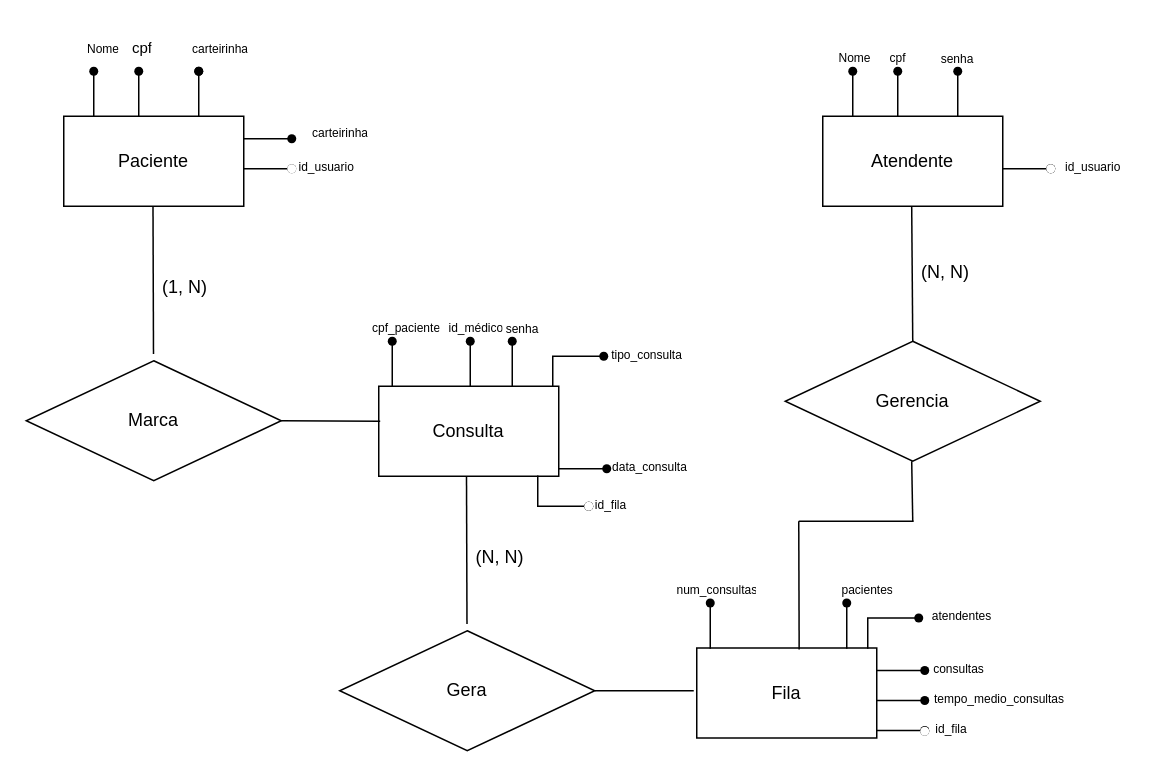
Before: DER.drawio in Scoorpioon/FastHealth, a draw.io diagram. Source tidied: cells renumbered, new cells numbered last; positions are measured from the earlier drawing's top-left corner, leaving out a move shared by most shapes. Both pictures are drawn from the tidied source at 150%, with x=0, y=0 at pixel (26, 26).
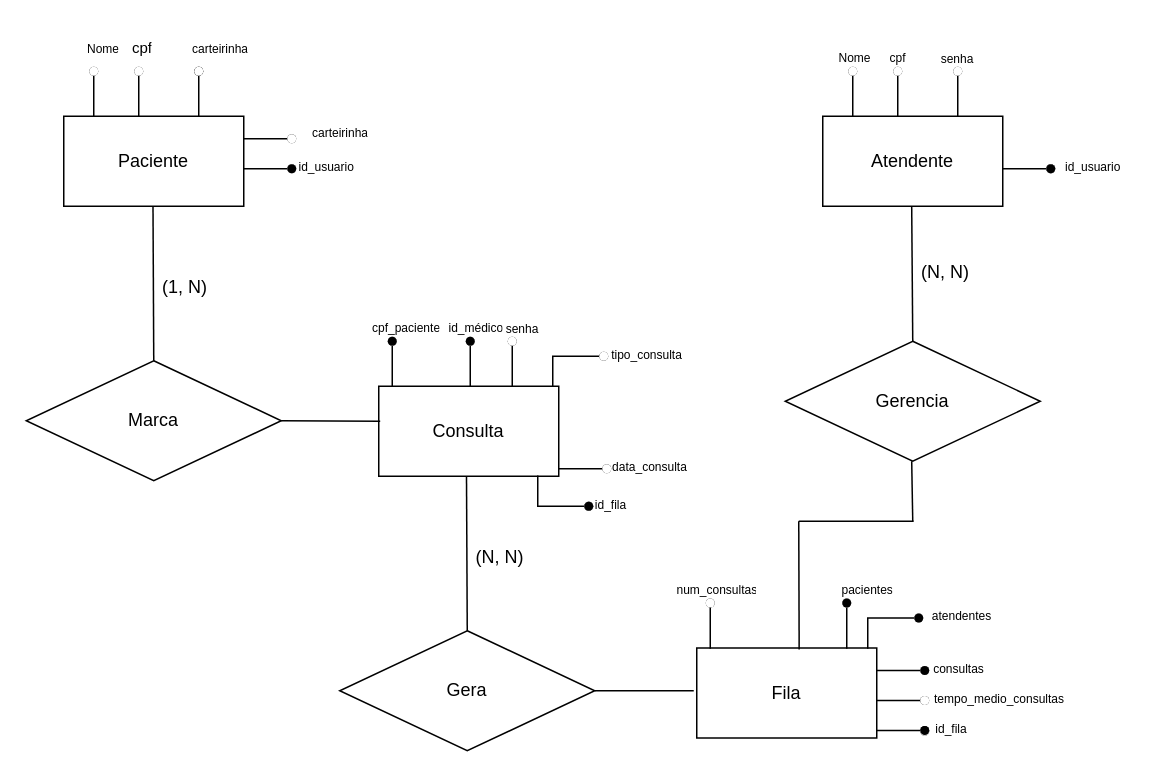
After the change.

Commit message:
Correção das bolinhas

Unchanged cells that the change refers to:
```xml
<mxCell id="6" style="group;" parent="4" vertex="1">
  <mxGeometry y="20" width="20" height="20" as="geometry" />
</mxCell>
<mxCell id="12" style="group;" parent="10" vertex="1">
  <mxGeometry y="20" width="20" height="20" as="geometry" />
</mxCell>
<mxCell id="21" style="group;" parent="19" vertex="1">
  <mxGeometry y="20" width="25" height="20" as="geometry" />
</mxCell>
<mxCell id="29" style="group;" parent="1" vertex="1">
  <mxGeometry x="167" y="65" width="20" height="20" as="geometry" />
</mxCell>
<mxCell id="33" style="group;fillColor=none;fontColor=#FFFFFF;" parent="1" vertex="1">
  <mxGeometry x="167" y="85" width="20" height="20" as="geometry" />
</mxCell>
<mxCell id="38" style="shape=partialRectangle;whiteSpace=wrap;html=1;right=0;top=0;bottom=0;fillColor=none;routingCenterX=-0.5;" parent="1" vertex="1">
  <mxGeometry x="551" y="30" width="10" height="30" as="geometry" />
</mxCell>
<mxCell id="41" style="group;" parent="39" vertex="1">
  <mxGeometry x="122" y="20" width="20" height="20" as="geometry" />
</mxCell>
<mxCell id="46" style="group;" parent="45" vertex="1">
  <mxGeometry x="122" y="20" width="20" height="20" as="geometry" />
</mxCell>
<mxCell id="49" style="group;" parent="1" vertex="1">
  <mxGeometry x="611" y="20" width="20" height="40" as="geometry" />
</mxCell>
<mxCell id="65" style="group;" parent="64" vertex="1">
  <mxGeometry y="20" width="20" height="20" as="geometry" />
</mxCell>
<mxCell id="75" style="group;" parent="1" vertex="1">
  <mxGeometry x="234" y="200" width="20" height="20" as="geometry" />
</mxCell>
<mxCell id="80" value="Marca" style="rhombus;whiteSpace=wrap;html=1;" parent="1" vertex="1">
  <mxGeometry y="223" width="170" height="80" as="geometry" />
</mxCell>
<mxCell id="94" style="group;fillColor=none;" parent="1" vertex="1">
  <mxGeometry x="589" y="439.5" width="20" height="20" as="geometry" />
</mxCell>
<mxCell id="99" style="group;" parent="1" vertex="1">
  <mxGeometry x="446" y="374.5" width="20" height="20" as="geometry" />
</mxCell>
<mxCell id="112" value="Gera" style="rhombus;whiteSpace=wrap;html=1;" parent="1" vertex="1">
  <mxGeometry x="209" y="403" width="170" height="80" as="geometry" />
</mxCell>
<mxCell id="119" style="group;fillColor=none;" parent="1" vertex="1">
  <mxGeometry x="375" y="210" width="20" height="20" as="geometry" />
</mxCell>
<mxCell id="126" style="group;fillColor=none;fontColor=#FFFFFF;" parent="123" vertex="1">
  <mxGeometry width="20" height="20" as="geometry" />
</mxCell>
<mxCell id="134" style="group;fillColor=none;" parent="1" vertex="1">
  <mxGeometry x="585" y="384.5" width="20" height="20" as="geometry" />
</mxCell>
<mxCell id="140" style="group;fillColor=none;fontColor=#FFFFFF;" parent="1" vertex="1">
  <mxGeometry x="673" y="85" width="20" height="20" as="geometry" />
</mxCell>
<mxCell id="144" style="group;fillColor=none;fontColor=#FFFFFF;" parent="1" vertex="1">
  <mxGeometry x="589" y="460" width="20" height="20" as="geometry" />
</mxCell>
```

Change to the diagram source:
```diff
@@
+    <mxCell id="149" style="shape=waypoint;sketch=0;fillStyle=solid;size=6;fillColor=none;perimeter=centerPerimeter;strokeColor=#FFFFFF;strokeWidth=1;" parent="6" vertex="1">
+      <mxGeometry width="20" height="20" as="geometry" />
+    </mxCell>
@@
+    <mxCell id="150" style="shape=waypoint;sketch=0;fillStyle=solid;size=6;fillColor=none;perimeter=centerPerimeter;strokeColor=#FFFFFF;strokeWidth=1;" parent="12" vertex="1">
+      <mxGeometry width="20" height="20" as="geometry" />
+    </mxCell>
@@
+    <mxCell id="151" style="shape=waypoint;sketch=0;fillStyle=solid;size=6;fillColor=none;perimeter=centerPerimeter;strokeColor=#FFFFFF;strokeWidth=1;" parent="21" vertex="1">
+      <mxGeometry width="20" height="20" as="geometry" />
+    </mxCell>
@@
+    <mxCell id="152" style="shape=waypoint;sketch=0;fillStyle=solid;size=6;fillColor=none;perimeter=centerPerimeter;strokeColor=#FFFFFF;strokeWidth=1;" parent="29" vertex="1">
+      <mxGeometry width="20" height="20" as="geometry" />
+    </mxCell>
@@
+    <mxCell id="153" style="group;" parent="33" vertex="1">
+      <mxGeometry width="20" height="20" as="geometry" />
+    </mxCell>
+    <mxCell id="154" style="shape=waypoint;sketch=0;fillStyle=solid;size=6;fillColor=none;perimeter=centerPerimeter;" parent="153" vertex="1">
+      <mxGeometry width="20" height="20" as="geometry" />
+    </mxCell>
@@
     <mxCell id="39" style="group;fontSize=8;" parent="1" vertex="1">
-      <mxGeometry x="419" width="40" height="40" as="geometry" />
+      <mxGeometry x="419" width="142" height="40" as="geometry" />
     </mxCell>
@@
-    <mxCell id="42" style="shape=waypoint;sketch=0;fillStyle=solid;size=6;points=[];fillColor=none;perimeter=centerPerimeter;snapToPoint=1;" parent="41" vertex="1">
-      <mxGeometry width="20" height="20" as="geometry" />
-    </mxCell>
+    <mxCell id="155" style="edgeStyle=orthogonalEdgeStyle;rounded=0;jettySize=auto;html=1;exitX=0;exitY=0;exitDx=0;exitDy=0;" parent="41" edge="1" target="156">
+      <mxGeometry relative="1" as="geometry" />
+    </mxCell>
+    <mxCell id="156" style="shape=waypoint;sketch=0;fillStyle=solid;size=6;points=[];fillColor=none;perimeter=centerPerimeter;snapToPoint=1;" parent="41" vertex="1">
+      <mxGeometry width="20" height="20" as="geometry" />
+    </mxCell>
+    <mxCell id="157" style="shape=waypoint;sketch=0;fillStyle=solid;size=6;fillColor=none;perimeter=centerPerimeter;strokeColor=#FFFFFF;strokeWidth=1;" parent="41" vertex="1">
+      <mxGeometry width="20" height="20" as="geometry" />
+    </mxCell>
-    <mxCell id="43" style="edgeStyle=orthogonalEdgeStyle;rounded=0;jettySize=auto;html=1;exitX=0;exitY=0;exitDx=0;exitDy=0;" parent="1" edge="1" source="38" target="42">
-      <mxGeometry relative="1" as="geometry" />
+    <mxCell id="43" style="edgeStyle=orthogonalEdgeStyle;rounded=0;jettySize=auto;html=1;exitX=0;exitY=0;exitDx=0;exitDy=0;" parent="1" edge="1" source="38">
+      <mxGeometry relative="1" as="geometry">
+        <mxPoint x="551" y="30" as="targetPoint" />
+      </mxGeometry>
     </mxCell>
@@
+    <mxCell id="158" style="shape=waypoint;sketch=0;fillStyle=solid;size=6;fillColor=none;perimeter=centerPerimeter;strokeColor=#FFFFFF;strokeWidth=1;" parent="46" vertex="1">
+      <mxGeometry width="20" height="20" as="geometry" />
+    </mxCell>
@@
+    <mxCell id="159" style="shape=waypoint;sketch=0;fillStyle=solid;size=6;fillColor=none;perimeter=centerPerimeter;strokeColor=#FFFFFF;strokeWidth=1;" parent="49" vertex="1">
+      <mxGeometry width="20" height="20" as="geometry" />
+    </mxCell>
@@
     <mxCell id="64" style="group;" parent="1" vertex="1">
-      <mxGeometry x="286" y="180" width="40" height="40" as="geometry" />
+      <mxGeometry x="286" y="180" width="48" height="40" as="geometry" />
     </mxCell>
@@
+    <mxCell id="160" style="shape=waypoint;sketch=0;fillStyle=solid;size=6;fillColor=none;perimeter=centerPerimeter;strokeColor=#FFFFFF;strokeWidth=1;" parent="65" vertex="1">
+      <mxGeometry width="20" height="20" as="geometry" />
+    </mxCell>
+    <mxCell id="161" style="group;" parent="65" vertex="1">
+      <mxGeometry width="20" height="20" as="geometry" />
+    </mxCell>
+    <mxCell id="162" style="shape=waypoint;sketch=0;fillStyle=solid;size=6;fillColor=none;perimeter=centerPerimeter;" parent="161" vertex="1">
+      <mxGeometry width="20" height="20" as="geometry" />
+    </mxCell>
+    <mxCell id="163" style="shape=waypoint;sketch=0;fillStyle=solid;size=6;fillColor=none;perimeter=centerPerimeter;strokeColor=#FFFFFF;strokeWidth=1;" parent="64" vertex="1">
+      <mxGeometry x="28" y="20" width="20" height="20" as="geometry" />
+    </mxCell>
+    <mxCell id="164" style="shape=waypoint;sketch=0;fillStyle=solid;size=6;fillColor=none;perimeter=centerPerimeter;strokeColor=#FFFFFF;strokeWidth=1;" parent="64" vertex="1">
+      <mxGeometry x="28" y="20" width="20" height="20" as="geometry" />
+    </mxCell>
@@
+    <mxCell id="165" style="shape=waypoint;sketch=0;fillStyle=solid;size=6;fillColor=none;perimeter=centerPerimeter;strokeColor=#FFFFFF;strokeWidth=1;" parent="75" vertex="1">
+      <mxGeometry width="20" height="20" as="geometry" />
+    </mxCell>
+    <mxCell id="166" style="group;" parent="75" vertex="1">
+      <mxGeometry width="20" height="20" as="geometry" />
+    </mxCell>
+    <mxCell id="167" style="shape=waypoint;sketch=0;fillStyle=solid;size=6;fillColor=none;perimeter=centerPerimeter;" parent="166" vertex="1">
+      <mxGeometry width="20" height="20" as="geometry" />
+    </mxCell>
@@
-    <mxCell id="81" style="endArrow=none;html=1;rounded=0;entryX=0.499;entryY=-0.057;entryDx=0;entryDy=0;entryPerimeter=0;" parent="1" edge="1" target="80">
+    <mxCell id="81" style="endArrow=none;html=1;rounded=0;entryX=0.5;entryY=0;entryDx=0;entryDy=0;" parent="1" edge="1" target="80">
       <mxGeometry relative="1" as="geometry">
         <mxPoint x="84.5" y="120" as="sourcePoint" />
       </mxGeometry>
     </mxCell>
@@
     <mxCell id="89" style="group;" parent="1" vertex="1">
-      <mxGeometry x="498" y="354.5" width="40" height="40" as="geometry" />
+      <mxGeometry x="498" y="354.5" width="59" height="40" as="geometry" />
     </mxCell>
     <mxCell id="90" style="group;" parent="89" vertex="1">
-      <mxGeometry y="20" width="20" height="20" as="geometry" />
+      <mxGeometry y="20" width="59" height="20" as="geometry" />
     </mxCell>
@@
+    <mxCell id="168" style="shape=waypoint;sketch=0;fillStyle=solid;size=6;fillColor=none;perimeter=centerPerimeter;strokeColor=#FFFFFF;strokeWidth=1;" parent="90" vertex="1">
+      <mxGeometry x="39" width="20" height="20" as="geometry" />
+    </mxCell>
+    <mxCell id="169" style="group;" parent="90" vertex="1">
+      <mxGeometry x="39" width="20" height="20" as="geometry" />
+    </mxCell>
+    <mxCell id="170" style="shape=waypoint;sketch=0;fillStyle=solid;size=6;fillColor=none;perimeter=centerPerimeter;" parent="169" vertex="1">
+      <mxGeometry width="20" height="20" as="geometry" />
+    </mxCell>
@@
+    <mxCell id="171" style="shape=waypoint;sketch=0;fillStyle=solid;size=6;fillColor=none;perimeter=centerPerimeter;strokeColor=#FFFFFF;strokeWidth=1;" parent="94" vertex="1">
+      <mxGeometry width="20" height="20" as="geometry" />
+    </mxCell>
@@
+    <mxCell id="172" style="shape=waypoint;sketch=0;fillStyle=solid;size=6;fillColor=none;perimeter=centerPerimeter;strokeColor=#FFFFFF;strokeWidth=1;" parent="99" vertex="1">
+      <mxGeometry width="20" height="20" as="geometry" />
+    </mxCell>
@@
-    <mxCell id="113" style="endArrow=none;html=1;rounded=0;entryX=0.499;entryY=-0.057;entryDx=0;entryDy=0;entryPerimeter=0;" parent="1" edge="1" target="112">
+    <mxCell id="113" style="endArrow=none;html=1;rounded=0;entryX=0.5;entryY=0;entryDx=0;entryDy=0;" parent="1" edge="1" target="112">
       <mxGeometry relative="1" as="geometry">
         <mxPoint x="293.5" y="300" as="sourcePoint" />
       </mxGeometry>
     </mxCell>
@@
-    <mxCell id="117" style="shape=waypoint;sketch=0;fillStyle=solid;size=6;fillColor=none;perimeter=centerPerimeter;" parent="1" vertex="1">
-      <mxGeometry x="314" y="200" width="20" height="20" as="geometry" />
-    </mxCell>
@@
+    <mxCell id="173" style="shape=waypoint;sketch=0;fillStyle=solid;size=6;fillColor=none;perimeter=centerPerimeter;strokeColor=#FFFFFF;strokeWidth=1;" parent="119" vertex="1">
+      <mxGeometry width="20" height="20" as="geometry" />
+    </mxCell>
@@
+    <mxCell id="174" style="group;" parent="126" vertex="1">
+      <mxGeometry width="20" height="20" as="geometry" />
+    </mxCell>
+    <mxCell id="175" style="shape=waypoint;sketch=0;fillStyle=solid;size=6;fillColor=none;perimeter=centerPerimeter;" parent="174" vertex="1">
+      <mxGeometry width="20" height="20" as="geometry" />
+    </mxCell>
@@
+    <mxCell id="176" style="shape=waypoint;sketch=0;fillStyle=solid;size=6;fillColor=none;perimeter=centerPerimeter;strokeColor=#FFFFFF;strokeWidth=1;" parent="134" vertex="1">
+      <mxGeometry width="20" height="20" as="geometry" />
+    </mxCell>
+    <mxCell id="177" style="group;" parent="134" vertex="1">
+      <mxGeometry width="20" height="20" as="geometry" />
+    </mxCell>
+    <mxCell id="178" style="shape=waypoint;sketch=0;fillStyle=solid;size=6;fillColor=none;perimeter=centerPerimeter;" parent="177" vertex="1">
+      <mxGeometry width="20" height="20" as="geometry" />
+    </mxCell>
@@
+    <mxCell id="179" style="group;" parent="140" vertex="1">
+      <mxGeometry width="20" height="20" as="geometry" />
+    </mxCell>
+    <mxCell id="180" style="shape=waypoint;sketch=0;fillStyle=solid;size=6;fillColor=none;perimeter=centerPerimeter;" parent="179" vertex="1">
+      <mxGeometry width="20" height="20" as="geometry" />
+    </mxCell>
@@
+    <mxCell id="181" style="group;" parent="144" vertex="1">
+      <mxGeometry y="-0.5" width="20" height="20" as="geometry" />
+    </mxCell>
+    <mxCell id="182" style="shape=waypoint;sketch=0;fillStyle=solid;size=6;fillColor=none;perimeter=centerPerimeter;" parent="181" vertex="1">
+      <mxGeometry width="20" height="20" as="geometry" />
+    </mxCell>
@@
+    <mxCell id="183" style="shape=waypoint;sketch=0;fillStyle=solid;size=6;fillColor=none;perimeter=centerPerimeter;strokeColor=#FFFFFF;strokeWidth=1;" parent="1" vertex="1">
+      <mxGeometry x="377" y="285" width="20" height="20" as="geometry" />
+    </mxCell>
+    <mxCell id="184" style="shape=waypoint;sketch=0;fillStyle=solid;size=6;fillColor=none;perimeter=centerPerimeter;strokeColor=#FFFFFF;strokeWidth=1;" parent="1" vertex="1">
+      <mxGeometry x="589" y="419.5" width="20" height="20" as="geometry" />
+    </mxCell>
+    <mxCell id="185" style="group;fillColor=none;" parent="1" vertex="1">
+      <mxGeometry x="314" y="200" width="20" height="20" as="geometry" />
+    </mxCell>
+    <mxCell id="186" style="edgeStyle=orthogonalEdgeStyle;rounded=0;jettySize=auto;html=1;exitX=0;exitY=0;exitDx=0;exitDy=0;" parent="185" edge="1" target="187">
+      <mxGeometry relative="1" as="geometry" />
+    </mxCell>
+    <mxCell id="187" style="shape=waypoint;sketch=0;fillStyle=solid;size=6;points=[];fillColor=none;perimeter=centerPerimeter;snapToPoint=1;" parent="185" vertex="1">
+      <mxGeometry width="20" height="20" as="geometry" />
+    </mxCell>
+    <mxCell id="188" style="shape=waypoint;sketch=0;fillStyle=solid;size=6;fillColor=none;perimeter=centerPerimeter;strokeColor=#FFFFFF;strokeWidth=1;" parent="185" vertex="1">
+      <mxGeometry width="20" height="20" as="geometry" />
+    </mxCell>
+    <mxCell id="189" style="group;" parent="1" vertex="1">
+      <mxGeometry x="589" y="419.5" width="20" height="20" as="geometry" />
+    </mxCell>
+    <mxCell id="190" style="shape=waypoint;sketch=0;fillStyle=solid;size=6;fillColor=none;perimeter=centerPerimeter;" parent="189" vertex="1">
+      <mxGeometry width="20" height="20" as="geometry" />
+    </mxCell>
```
